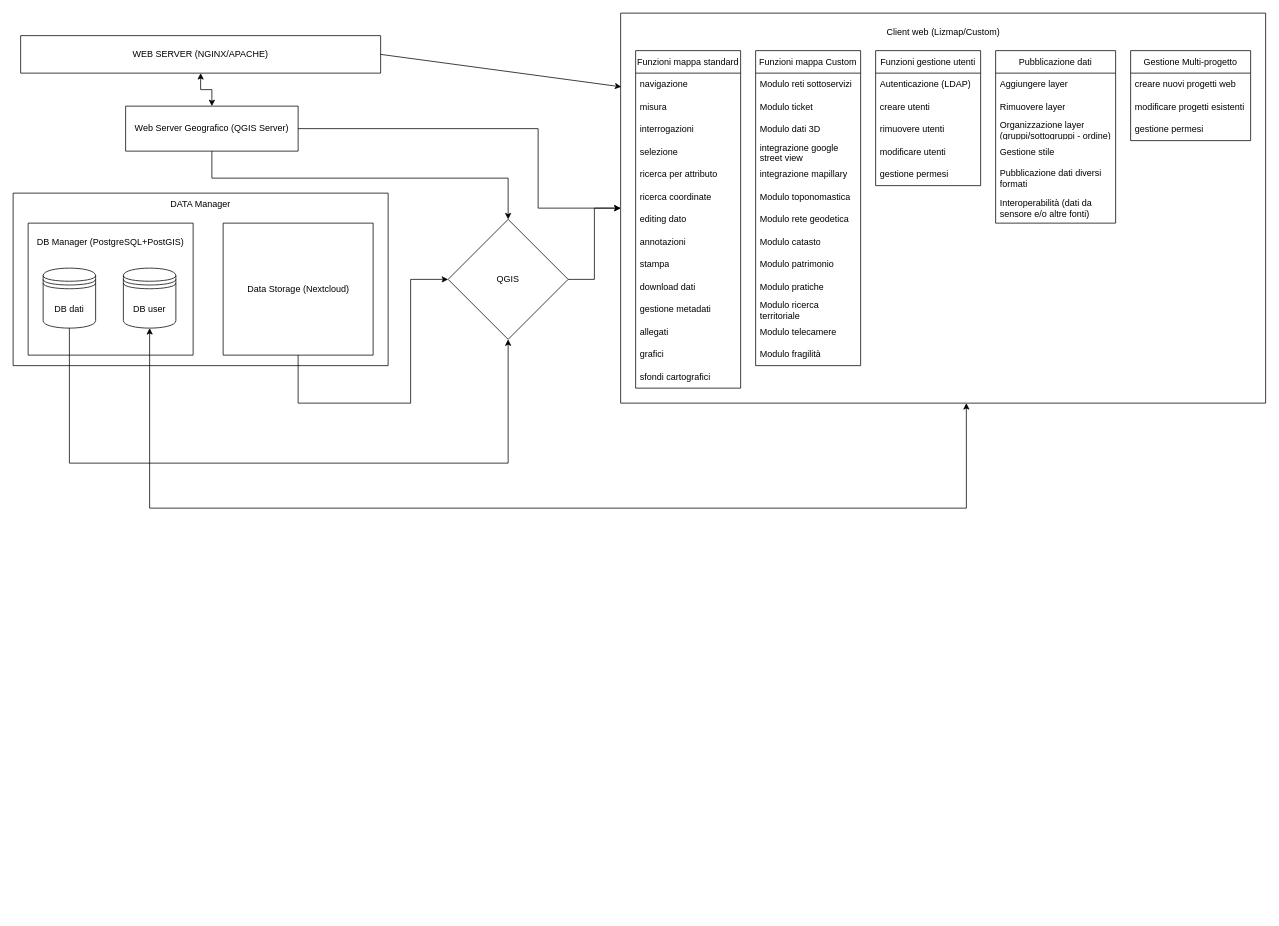
Earlier version of the draw.io diagram schema_mappeonline.drawio (gtergeomatica/mappe_online). Source tidied: cells renumbered, new cells numbered last; positions are measured from the earlier drawing's top-left corner, leaving out a move shared by most shapes. Both pictures are drawn from the tidied source at 75%, with x=0, y=0 at pixel (13, 13).
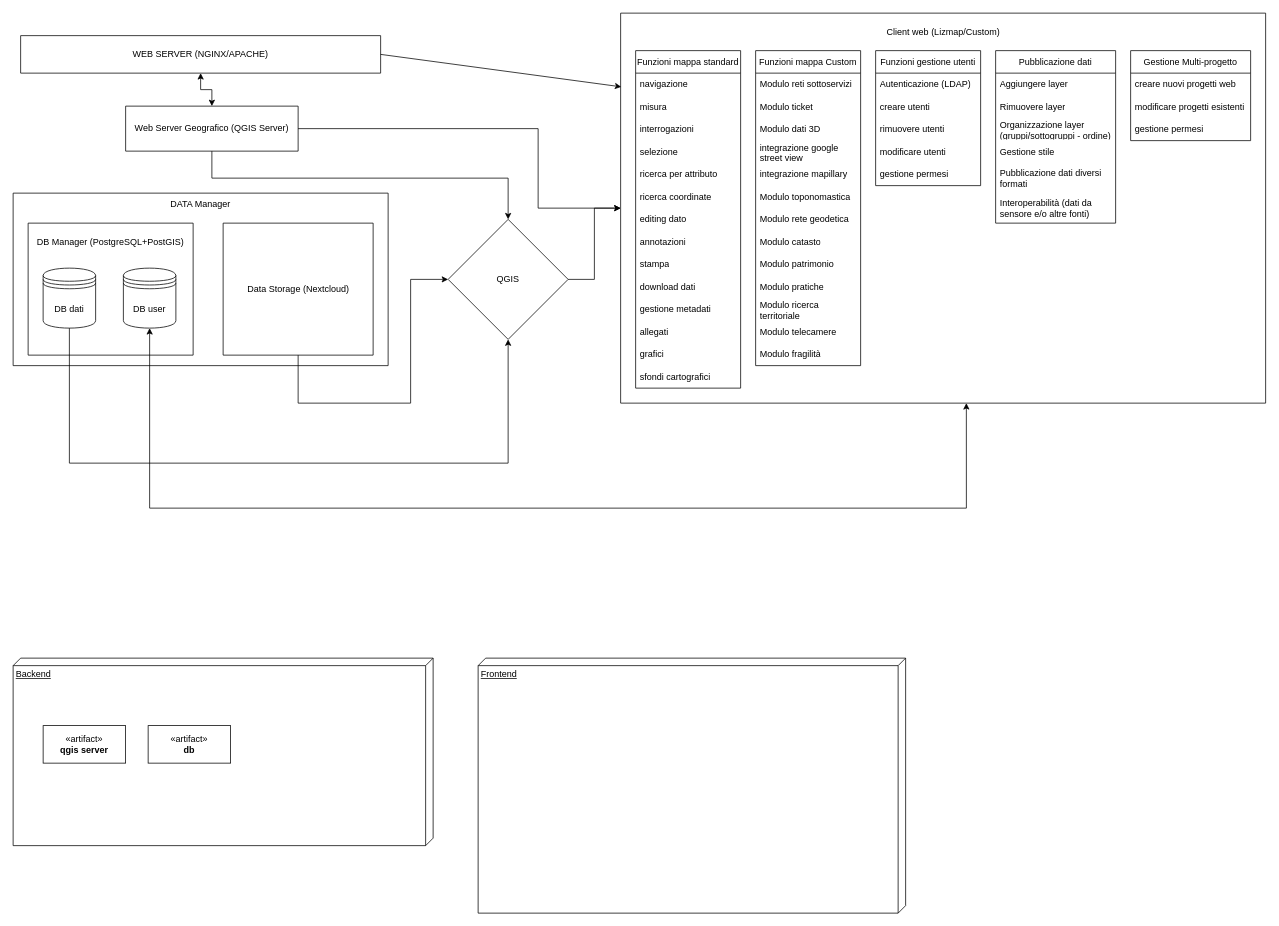
The same page after the edit.

Diff of the diagram source:
```diff
@@
+    <mxCell id="73" value="Backend" style="verticalAlign=top;align=left;spacingTop=8;spacingLeft=2;spacingRight=12;shape=cube;size=10;direction=south;fontStyle=4;html=1;whiteSpace=wrap;" parent="1" vertex="1">
+      <mxGeometry y="860" width="560" height="250" as="geometry" />
+    </mxCell>
+    <mxCell id="74" value="Frontend" style="verticalAlign=top;align=left;spacingTop=8;spacingLeft=2;spacingRight=12;shape=cube;size=10;direction=south;fontStyle=4;html=1;whiteSpace=wrap;" parent="1" vertex="1">
+      <mxGeometry x="620" y="860" width="570" height="340" as="geometry" />
+    </mxCell>
+    <mxCell id="75" value="&lt;div&gt;«artifact»&lt;b&gt;&lt;br&gt;&lt;/b&gt;&lt;/div&gt;&lt;div&gt;&lt;b&gt;qgis server&lt;/b&gt;&lt;/div&gt;" style="html=1;whiteSpace=wrap;" parent="1" vertex="1">
+      <mxGeometry x="40" y="950" width="110" height="50" as="geometry" />
+    </mxCell>
+    <mxCell id="76" value="&lt;div&gt;«artifact»&lt;b&gt;&lt;br&gt;&lt;/b&gt;&lt;/div&gt;&lt;div&gt;&lt;b&gt;db&lt;/b&gt;&lt;/div&gt;" style="html=1;whiteSpace=wrap;" parent="1" vertex="1">
+      <mxGeometry x="180" y="950" width="110" height="50" as="geometry" />
+    </mxCell>
```
